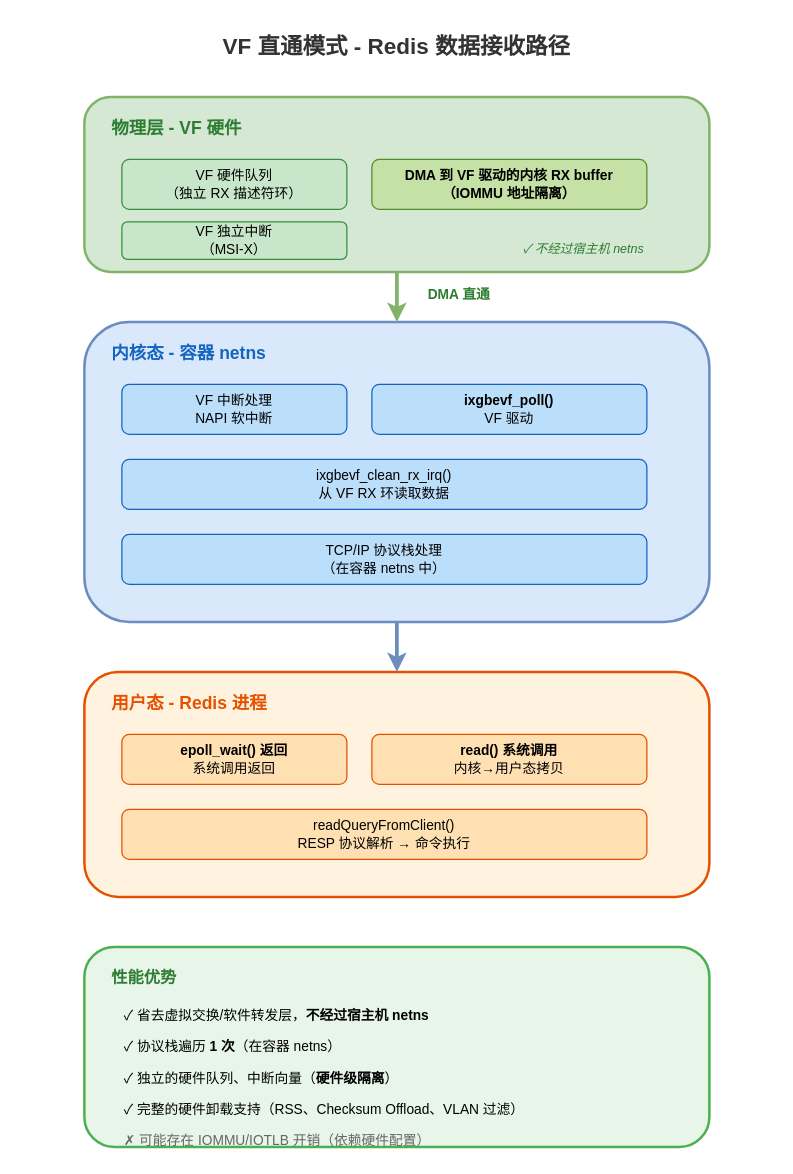
The draw.io diagram diagrams/redis/redis_rx_vf.drawio in fsqHub/docker-sriov-plugin, before the edit. Source tidied: cells renumbered, new cells numbered last; positions are measured from the earlier drawing's top-left corner, leaving out a move shared by most shapes. Both pictures are drawn from the tidied source at 125%, with x=0, y=0 at pixel (21, 21).
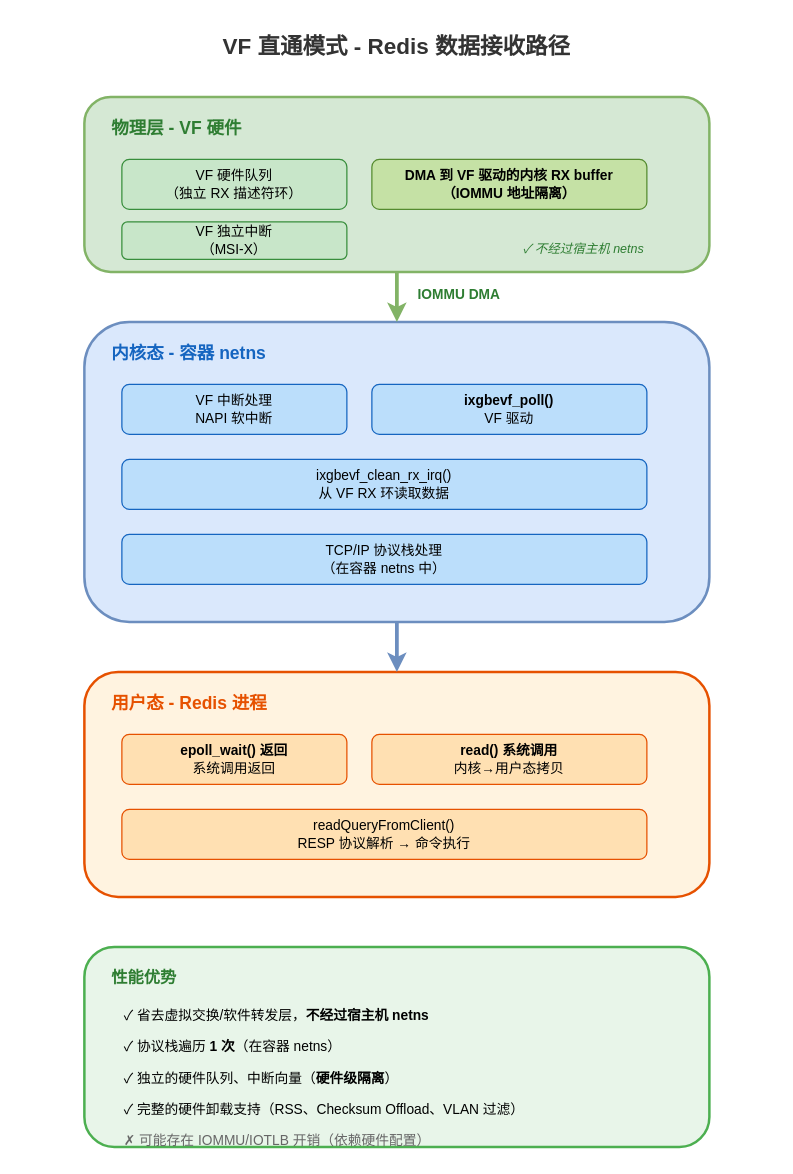
After the change.

Diff of the diagram source:
```diff
@@
-    <mxCell id="21" value="DMA 直通" style="text;html=1;align=center;verticalAlign=middle;whiteSpace=wrap;fontSize=11;fontColor=#2e7d32;fontStyle=1;" parent="1" vertex="1">
+    <mxCell id="21" value="IOMMU DMA" style="text;html=1;align=center;verticalAlign=middle;whiteSpace=wrap;fontSize=11;fontColor=#2e7d32;fontStyle=1;" parent="1" vertex="1">
       <mxGeometry x="310" y="205" width="80" height="25" as="geometry" />
     </mxCell>
```
